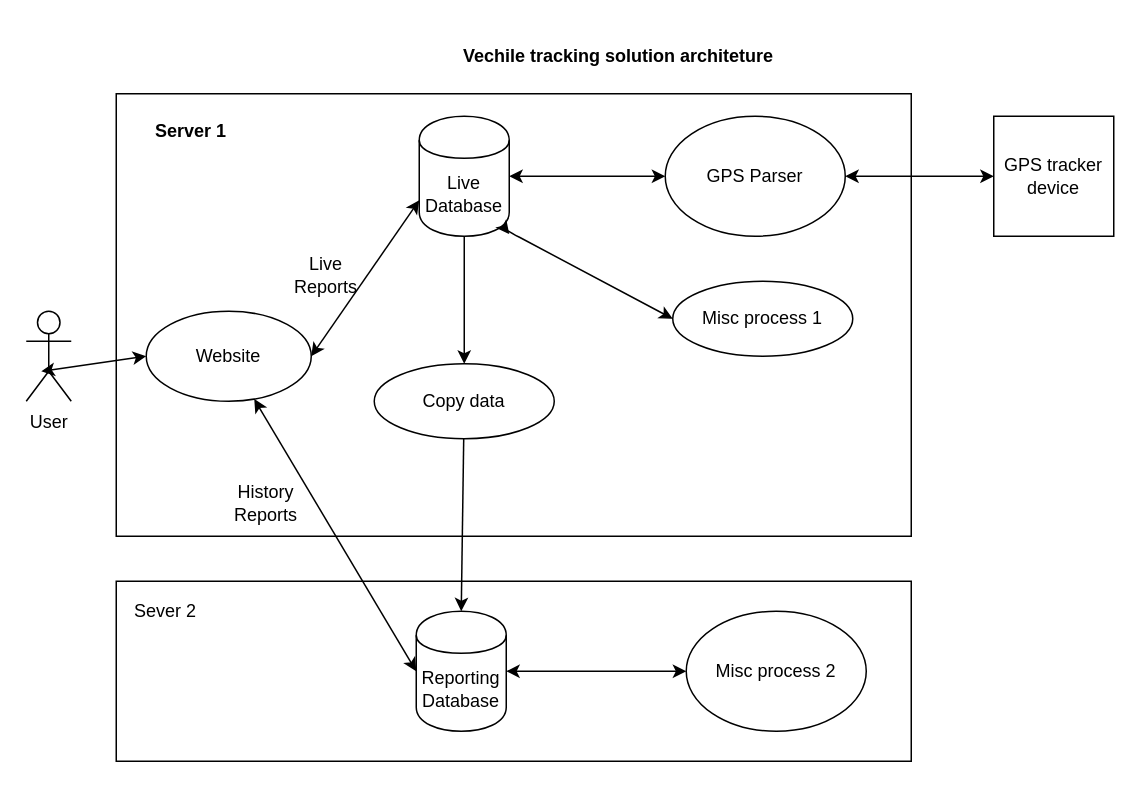
Earlier version of the draw.io diagram page "Page-1" (1 of 2) of Untitled Diagram.drawio (riteshtaksali/tracker). Source tidied: cells renumbered, new cells numbered last; positions are measured from the earlier drawing's top-left corner, leaving out a move shared by most shapes. Both pictures are drawn from the tidied source at 150%, with x=0, y=0 at pixel (26, 26).
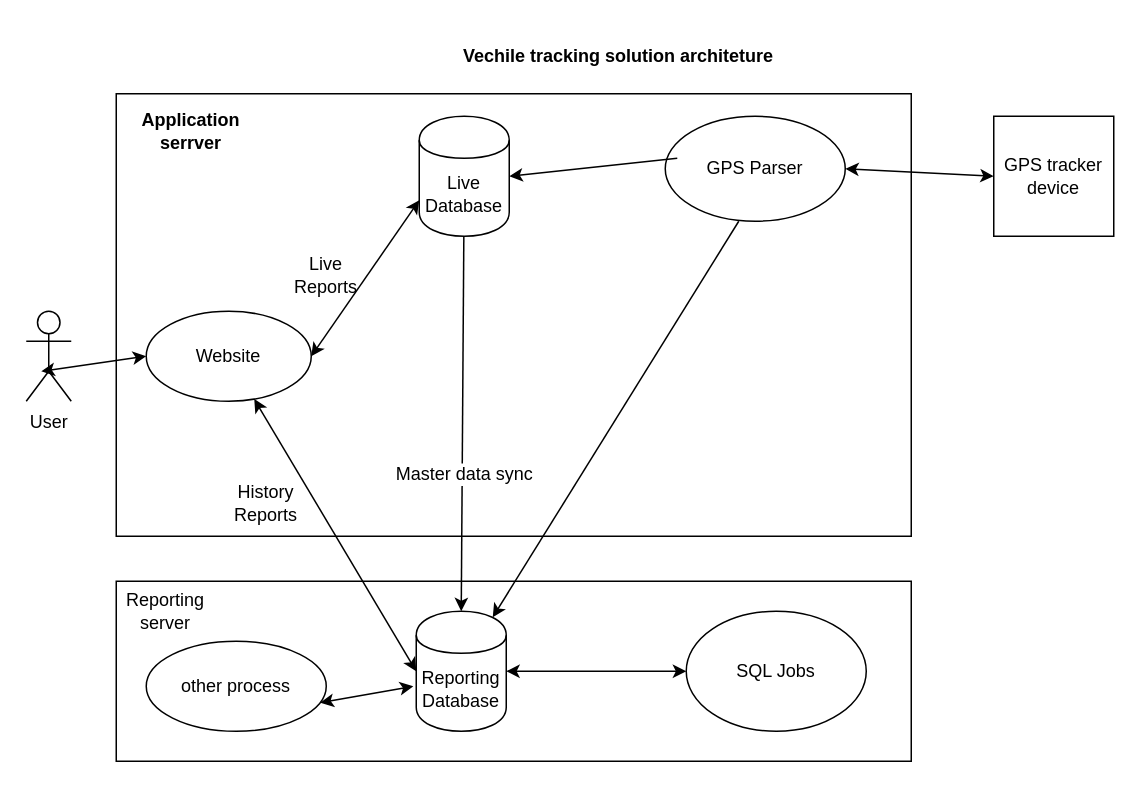
The same page after the edit.

The change refers to these unchanged cells:
```xml
<mxCell id="6" value="Live Database" style="shape=cylinder;whiteSpace=wrap;html=1;boundedLbl=1;" parent="1" vertex="1">
  <mxGeometry x="262" y="60" width="60" height="80" as="geometry" />
</mxCell>
<mxCell id="7" value="Reporting Database&lt;br&gt;" style="shape=cylinder;whiteSpace=wrap;html=1;boundedLbl=1;" parent="1" vertex="1">
  <mxGeometry x="260" y="390" width="60" height="80" as="geometry" />
</mxCell>
```

Change to the diagram source:
```diff
@@
-    <mxCell id="5" style="edgeStyle=none;rounded=0;html=1;entryX=0.5;entryY=0;jettySize=auto;" parent="1" edge="1" source="6" target="10">
+    <mxCell id="5" style="edgeStyle=none;rounded=0;html=1;entryX=0.5;entryY=0;jettySize=auto;entryDx=0;entryDy=0;" parent="1" edge="1" source="6" target="7">
       <mxGeometry relative="1" as="geometry" />
     </mxCell>
+    <mxCell id="27" value="Master data sync" style="text;html=1;align=center;verticalAlign=middle;labelBackgroundColor=#ffffff;" parent="5" vertex="1">
+      <mxGeometry x="0.26" y="1" relative="1" as="geometry" />
+    </mxCell>
@@
-    <mxCell id="9" style="edgeStyle=none;rounded=0;html=1;entryX=0.5;entryY=0;jettySize=auto;" parent="1" edge="1" source="10" target="7">
-      <mxGeometry relative="1" as="geometry" />
-    </mxCell>
-    <mxCell id="10" value="Copy data" style="ellipse;whiteSpace=wrap;html=1;" parent="1" vertex="1">
-      <mxGeometry x="232" y="225" width="120" height="50" as="geometry" />
-    </mxCell>
-    <mxCell id="11" value="Misc process 1" style="ellipse;whiteSpace=wrap;html=1;" parent="1" vertex="1">
-      <mxGeometry x="431" y="170" width="120" height="50" as="geometry" />
-    </mxCell>
-    <mxCell id="12" value="Misc process 2" style="ellipse;whiteSpace=wrap;html=1;" parent="1" vertex="1">
+    <mxCell id="12" value="SQL Jobs" style="ellipse;whiteSpace=wrap;html=1;" parent="1" vertex="1">
       <mxGeometry x="440" y="390" width="120" height="80" as="geometry" />
     </mxCell>
@@
     <mxCell id="16" value="GPS Parser" style="ellipse;whiteSpace=wrap;html=1;" parent="1" vertex="1">
-      <mxGeometry x="426" y="60" width="120" height="80" as="geometry" />
+      <mxGeometry x="426" y="60" width="120" height="70" as="geometry" />
     </mxCell>
@@
-    <mxCell id="19" style="endArrow=classic;startArrow=classic;html=1;entryX=0;entryY=0.5;exitX=1;exitY=0.5;" parent="1" edge="1" source="6" target="16">
-      <mxGeometry relative="1" as="geometry" />
-    </mxCell>
-    <mxCell id="20" style="endArrow=classic;startArrow=classic;html=1;entryX=0;entryY=0.5;" parent="1" edge="1" source="6" target="11">
-      <mxGeometry relative="1" as="geometry">
-        <Array as="points">
-          <mxPoint x="320" y="136" />
-        </Array>
-      </mxGeometry>
-    </mxCell>
@@
-    <mxCell id="23" value="Server 1" style="text;html=1;strokeColor=none;fillColor=none;align=center;verticalAlign=middle;whiteSpace=wrap;rounded=0;fontStyle=1;" parent="1" vertex="1">
+    <mxCell id="23" value="Application serrver" style="text;html=1;strokeColor=none;fillColor=none;align=center;verticalAlign=middle;whiteSpace=wrap;rounded=0;fontStyle=1;" parent="1" vertex="1">
       <mxGeometry x="70" y="60" width="80" height="20" as="geometry" />
     </mxCell>
-    <mxCell id="24" value="Sever 2" style="text;html=1;strokeColor=none;fillColor=none;align=center;verticalAlign=middle;whiteSpace=wrap;rounded=0;" parent="1" vertex="1">
+    <mxCell id="24" value="Reporting server" style="text;html=1;strokeColor=none;fillColor=none;align=center;verticalAlign=middle;whiteSpace=wrap;rounded=0;" parent="1" vertex="1">
       <mxGeometry x="68" y="380" width="50" height="20" as="geometry" />
     </mxCell>
@@
+    <mxCell id="28" style="endArrow=classic;html=1;entryX=0.85;entryY=0.05;entryDx=0;entryDy=0;entryPerimeter=0;" parent="1" edge="1" target="7">
+      <mxGeometry relative="1" as="geometry">
+        <mxPoint x="475" y="130" as="sourcePoint" />
+      </mxGeometry>
+    </mxCell>
+    <mxCell id="29" style="endArrow=classic;html=1;entryX=1;entryY=0.5;entryDx=0;entryDy=0;" parent="1" edge="1" target="6">
+      <mxGeometry relative="1" as="geometry">
+        <mxPoint x="434" y="88" as="sourcePoint" />
+      </mxGeometry>
+    </mxCell>
+    <mxCell id="30" value="other process" style="ellipse;whiteSpace=wrap;html=1;" parent="1" vertex="1">
+      <mxGeometry x="80" y="410" width="120" height="60" as="geometry" />
+    </mxCell>
+    <mxCell id="31" style="endArrow=classic;startArrow=classic;html=1;exitX=0.967;exitY=0.683;exitDx=0;exitDy=0;exitPerimeter=0;entryX=-0.033;entryY=0.625;entryDx=0;entryDy=0;entryPerimeter=0;" parent="1" edge="1" source="30" target="7">
+      <mxGeometry relative="1" as="geometry" />
+    </mxCell>
```
